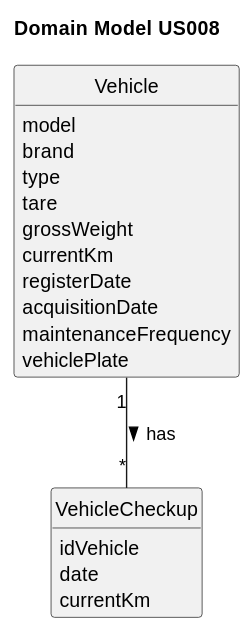
Earlier version of the PlantUML export docs/sprintB/us008/02.analysis/svg/us008-domain-model-Domain_Model_US008.svg (RicardoMorim/lapr2-ISEP-Project).
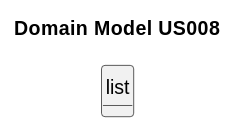
After the commit.

Commit message:
corrected some mistakes from the analysis of us007 and 008

Change to the diagram source:
```diff
@@ -10,25 +10,7 @@
 
 title Domain Model US008
 
-class VehicleCheckup {
-    idVehicle
-    date
-    currentKm
+class list {
+
 }
-
-class Vehicle {
-    model
-    brand
-    type
-    tare
-    grossWeight
-    currentKm
-    registerDate
-    acquisitionDate
-    maintenanceFrequency
-    vehiclePlate
-}
-
-
-Vehicle "1" -- "*" VehicleCheckup: has >
 @enduml
```
